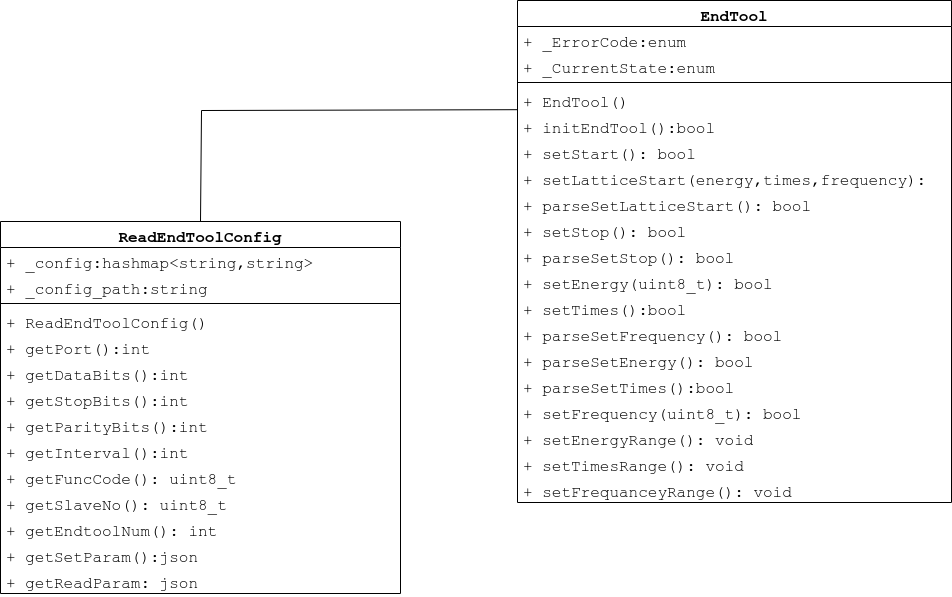
Before: 理疗头类图.drawio.png, a diagram exported from draw.io (Durpe/Drawio). Source tidied: cells renumbered, new cells last; positions are measured from the earlier drawing's top-left corner, leaving out a move shared by most shapes.
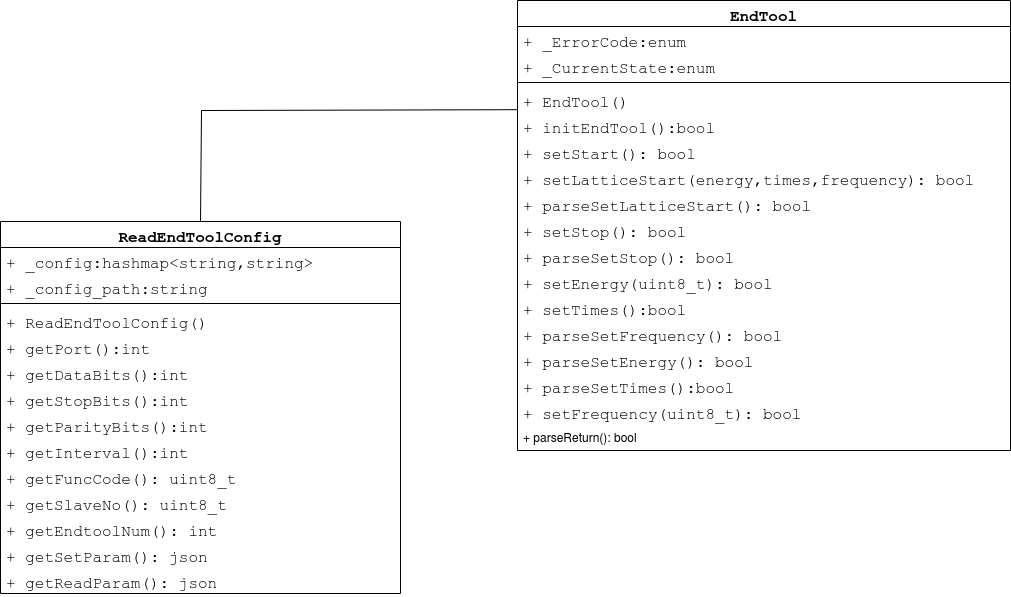
Later version of the same file.

Commit message:
更新理疗头类图.drawio.png

The edit, as a diff of the source:
```diff
@@ -41,72 +41,66 @@
     <mxCell id="14" value="+ getEndtoolNum(): int" style="text;strokeColor=none;fillColor=none;align=left;verticalAlign=top;spacingLeft=4;spacingRight=4;overflow=hidden;whiteSpace=wrap;html=1;fontSize=16;fontFamily=Courier New;" parent="2" vertex="1">
       <mxGeometry y="294" width="400" height="26" as="geometry" />
     </mxCell>
-    <mxCell id="15" value="+ getSetParam():json" style="text;strokeColor=none;fillColor=none;align=left;verticalAlign=top;spacingLeft=4;spacingRight=4;overflow=hidden;whiteSpace=wrap;html=1;fontSize=16;fontFamily=Courier New;" parent="2" vertex="1">
+    <mxCell id="15" value="+ getSetParam(): json" style="text;strokeColor=none;fillColor=none;align=left;verticalAlign=top;spacingLeft=4;spacingRight=4;overflow=hidden;whiteSpace=wrap;html=1;fontSize=16;fontFamily=Courier New;" parent="2" vertex="1">
       <mxGeometry y="320" width="400" height="26" as="geometry" />
     </mxCell>
-    <mxCell id="16" value="+ getReadParam: json" style="text;strokeColor=none;fillColor=none;align=left;verticalAlign=top;spacingLeft=4;spacingRight=4;overflow=hidden;whiteSpace=wrap;html=1;fontSize=16;fontFamily=Courier New;" parent="2" vertex="1">
+    <mxCell id="16" value="+ getReadParam(): json" style="text;strokeColor=none;fillColor=none;align=left;verticalAlign=top;spacingLeft=4;spacingRight=4;overflow=hidden;whiteSpace=wrap;html=1;fontSize=16;fontFamily=Courier New;" parent="2" vertex="1">
       <mxGeometry y="346" width="400" height="26" as="geometry" />
     </mxCell>
     <mxCell id="17" value="EndTool" style="swimlane;fontStyle=1;align=center;verticalAlign=top;horizontal=1;startSize=26;whiteSpace=wrap;html=1;fontSize=16;fontFamily=Courier New;" parent="1" vertex="1">
-      <mxGeometry x="517" width="434" height="502" as="geometry" />
+      <mxGeometry x="517" width="493" height="450" as="geometry" />
     </mxCell>
     <mxCell id="18" value="+&lt;span style=&quot;white-space: pre; font-size: 16px;&quot;&gt; &lt;/span&gt;_ErrorCode:enum" style="text;strokeColor=none;fillColor=none;align=left;verticalAlign=top;spacingLeft=4;spacingRight=4;overflow=hidden;whiteSpace=wrap;html=1;fontSize=16;fontFamily=Courier New;" parent="17" vertex="1">
-      <mxGeometry y="26" width="434" height="26" as="geometry" />
+      <mxGeometry y="26" width="493" height="26" as="geometry" />
     </mxCell>
     <mxCell id="19" value="+ _CurrentState:enum" style="text;strokeColor=none;fillColor=none;align=left;verticalAlign=top;spacingLeft=4;spacingRight=4;overflow=hidden;whiteSpace=wrap;html=1;fontSize=16;fontFamily=Courier New;" parent="17" vertex="1">
-      <mxGeometry y="52" width="434" height="26" as="geometry" />
+      <mxGeometry y="52" width="493" height="26" as="geometry" />
     </mxCell>
     <mxCell id="20" style="line;strokeWidth=1;fillColor=none;align=left;verticalAlign=middle;spacingTop=-1;spacingLeft=3;spacingRight=3;labelPosition=right;strokeColor=inherit;fontSize=16;fontFamily=Courier New;" parent="17" vertex="1">
-      <mxGeometry y="78" width="434" height="8" as="geometry" />
+      <mxGeometry y="78" width="493" height="8" as="geometry" />
     </mxCell>
     <mxCell id="21" value="+ EndTool()&lt;br style=&quot;font-size: 16px;&quot;&gt;" style="text;strokeColor=none;fillColor=none;align=left;verticalAlign=top;spacingLeft=4;spacingRight=4;overflow=hidden;whiteSpace=wrap;html=1;fontSize=16;fontFamily=Courier New;" parent="17" vertex="1">
-      <mxGeometry y="86" width="434" height="26" as="geometry" />
+      <mxGeometry y="86" width="493" height="26" as="geometry" />
     </mxCell>
     <mxCell id="22" value="+ initEndTool():bool&lt;br style=&quot;font-size: 16px;&quot;&gt;" style="text;strokeColor=none;fillColor=none;align=left;verticalAlign=top;spacingLeft=4;spacingRight=4;overflow=hidden;points=[[0,0.5],[1,0.5]];portConstraint=eastwest;whiteSpace=wrap;html=1;fontSize=16;fontFamily=Courier New;" parent="17" vertex="1">
-      <mxGeometry y="112" width="434" height="26" as="geometry" />
+      <mxGeometry y="112" width="493" height="26" as="geometry" />
     </mxCell>
     <mxCell id="23" value="+ setStart(): bool" style="text;strokeColor=none;fillColor=none;align=left;verticalAlign=top;spacingLeft=4;spacingRight=4;overflow=hidden;whiteSpace=wrap;html=1;fontSize=16;fontFamily=Courier New;" parent="17" vertex="1">
-      <mxGeometry y="138" width="434" height="26" as="geometry" />
+      <mxGeometry y="138" width="493" height="26" as="geometry" />
     </mxCell>
     <mxCell id="24" value="+ setLatticeStart(energy,times,frequency): bool" style="text;strokeColor=none;fillColor=none;align=left;verticalAlign=top;spacingLeft=4;spacingRight=4;overflow=hidden;whiteSpace=wrap;html=1;fontSize=16;fontFamily=Courier New;" parent="17" vertex="1">
-      <mxGeometry y="164" width="434" height="26" as="geometry" />
+      <mxGeometry y="164" width="493" height="26" as="geometry" />
     </mxCell>
     <mxCell id="25" value="+ parseSetLatticeStart(): bool" style="text;strokeColor=none;fillColor=none;align=left;verticalAlign=top;spacingLeft=4;spacingRight=4;overflow=hidden;whiteSpace=wrap;html=1;fontSize=16;fontFamily=Courier New;" parent="17" vertex="1">
-      <mxGeometry y="190" width="434" height="26" as="geometry" />
+      <mxGeometry y="190" width="493" height="26" as="geometry" />
     </mxCell>
     <mxCell id="26" value="+ setStop(): bool" style="text;strokeColor=none;fillColor=none;align=left;verticalAlign=top;spacingLeft=4;spacingRight=4;overflow=hidden;whiteSpace=wrap;html=1;fontSize=16;fontFamily=Courier New;" parent="17" vertex="1">
-      <mxGeometry y="216" width="434" height="26" as="geometry" />
+      <mxGeometry y="216" width="493" height="26" as="geometry" />
     </mxCell>
     <mxCell id="27" value="+ parseSetStop(): bool" style="text;strokeColor=none;fillColor=none;align=left;verticalAlign=top;spacingLeft=4;spacingRight=4;overflow=hidden;whiteSpace=wrap;html=1;fontSize=16;fontFamily=Courier New;" parent="17" vertex="1">
-      <mxGeometry y="242" width="434" height="26" as="geometry" />
+      <mxGeometry y="242" width="493" height="26" as="geometry" />
     </mxCell>
     <mxCell id="28" value="+ setEnergy(uint8_t): bool" style="text;strokeColor=none;fillColor=none;align=left;verticalAlign=top;spacingLeft=4;spacingRight=4;overflow=hidden;fontSize=16;fontFamily=Courier New;html=1;whiteSpace=wrap;labelBorderColor=none;labelBackgroundColor=none;fontColor=default;" parent="17" vertex="1">
-      <mxGeometry y="268" width="434" height="26" as="geometry" />
+      <mxGeometry y="268" width="493" height="26" as="geometry" />
     </mxCell>
     <mxCell id="29" value="+ setTimes():bool" style="text;strokeColor=none;fillColor=none;align=left;verticalAlign=top;spacingLeft=4;spacingRight=4;overflow=hidden;whiteSpace=wrap;html=1;fontSize=16;fontFamily=Courier New;" parent="17" vertex="1">
-      <mxGeometry y="294" width="434" height="26" as="geometry" />
+      <mxGeometry y="294" width="493" height="26" as="geometry" />
     </mxCell>
     <mxCell id="30" value="+ parseSetFrequency(): bool" style="text;strokeColor=none;fillColor=none;align=left;verticalAlign=top;spacingLeft=4;spacingRight=4;overflow=hidden;whiteSpace=wrap;html=1;fontSize=16;fontFamily=Courier New;" parent="17" vertex="1">
-      <mxGeometry y="320" width="434" height="26" as="geometry" />
+      <mxGeometry y="320" width="493" height="26" as="geometry" />
     </mxCell>
     <mxCell id="31" value="+ parseSetEnergy(): bool" style="text;strokeColor=none;fillColor=none;align=left;verticalAlign=top;spacingLeft=4;spacingRight=4;overflow=hidden;whiteSpace=wrap;html=1;fontSize=16;fontFamily=Courier New;" parent="17" vertex="1">
-      <mxGeometry y="346" width="434" height="26" as="geometry" />
+      <mxGeometry y="346" width="493" height="26" as="geometry" />
     </mxCell>
     <mxCell id="32" value="+ parseSetTimes():bool" style="text;strokeColor=none;fillColor=none;align=left;verticalAlign=top;spacingLeft=4;spacingRight=4;overflow=hidden;whiteSpace=wrap;html=1;fontSize=16;fontFamily=Courier New;" parent="17" vertex="1">
-      <mxGeometry y="372" width="434" height="26" as="geometry" />
+      <mxGeometry y="372" width="493" height="26" as="geometry" />
     </mxCell>
     <mxCell id="33" value="+ setFrequency(uint8_t): bool" style="text;strokeColor=none;fillColor=none;align=left;verticalAlign=top;spacingLeft=4;spacingRight=4;overflow=hidden;whiteSpace=wrap;html=1;fontSize=16;fontFamily=Courier New;" parent="17" vertex="1">
-      <mxGeometry y="398" width="434" height="26" as="geometry" />
+      <mxGeometry y="398" width="493" height="26" as="geometry" />
     </mxCell>
-    <mxCell id="34" value="+ setEnergyRange(): void" style="text;strokeColor=none;fillColor=none;align=left;verticalAlign=top;spacingLeft=4;spacingRight=4;overflow=hidden;whiteSpace=wrap;html=1;fontSize=16;fontFamily=Courier New;" parent="17" vertex="1">
-      <mxGeometry y="424" width="434" height="26" as="geometry" />
-    </mxCell>
-    <mxCell id="35" value="+ setTimesRange(): void" style="text;strokeColor=none;fillColor=none;align=left;verticalAlign=top;spacingLeft=4;spacingRight=4;overflow=hidden;whiteSpace=wrap;html=1;fontSize=16;fontFamily=Courier New;" parent="17" vertex="1">
-      <mxGeometry y="450" width="434" height="26" as="geometry" />
-    </mxCell>
-    <mxCell id="36" value="+ setFrequanceyRange(): void" style="text;strokeColor=none;fillColor=none;align=left;verticalAlign=top;spacingLeft=4;spacingRight=4;overflow=hidden;whiteSpace=wrap;html=1;fontSize=16;fontFamily=Courier New;" parent="17" vertex="1">
-      <mxGeometry y="476" width="434" height="26" as="geometry" />
-    </mxCell>
+    <mxCell id="38" value="+ parseReturn(): bool" style="text;strokeColor=none;fillColor=none;align=left;verticalAlign=top;spacingLeft=4;spacingRight=4;overflow=hidden;whiteSpace=wrap;html=1;" parent="17" vertex="1">
+      <mxGeometry y="424" width="493" height="26" as="geometry" />
+    </mxCell>
     <mxCell id="37" style="endArrow=none;html=1;rounded=0;exitX=0.5;exitY=0;exitDx=0;exitDy=0;entryX=-0.001;entryY=-0.108;entryDx=0;entryDy=0;entryPerimeter=0;fontFamily=Courier New;fontSize=16;" parent="1" edge="1" source="2" target="22">
       <mxGeometry relative="1" as="geometry">
         <Array as="points">
```
